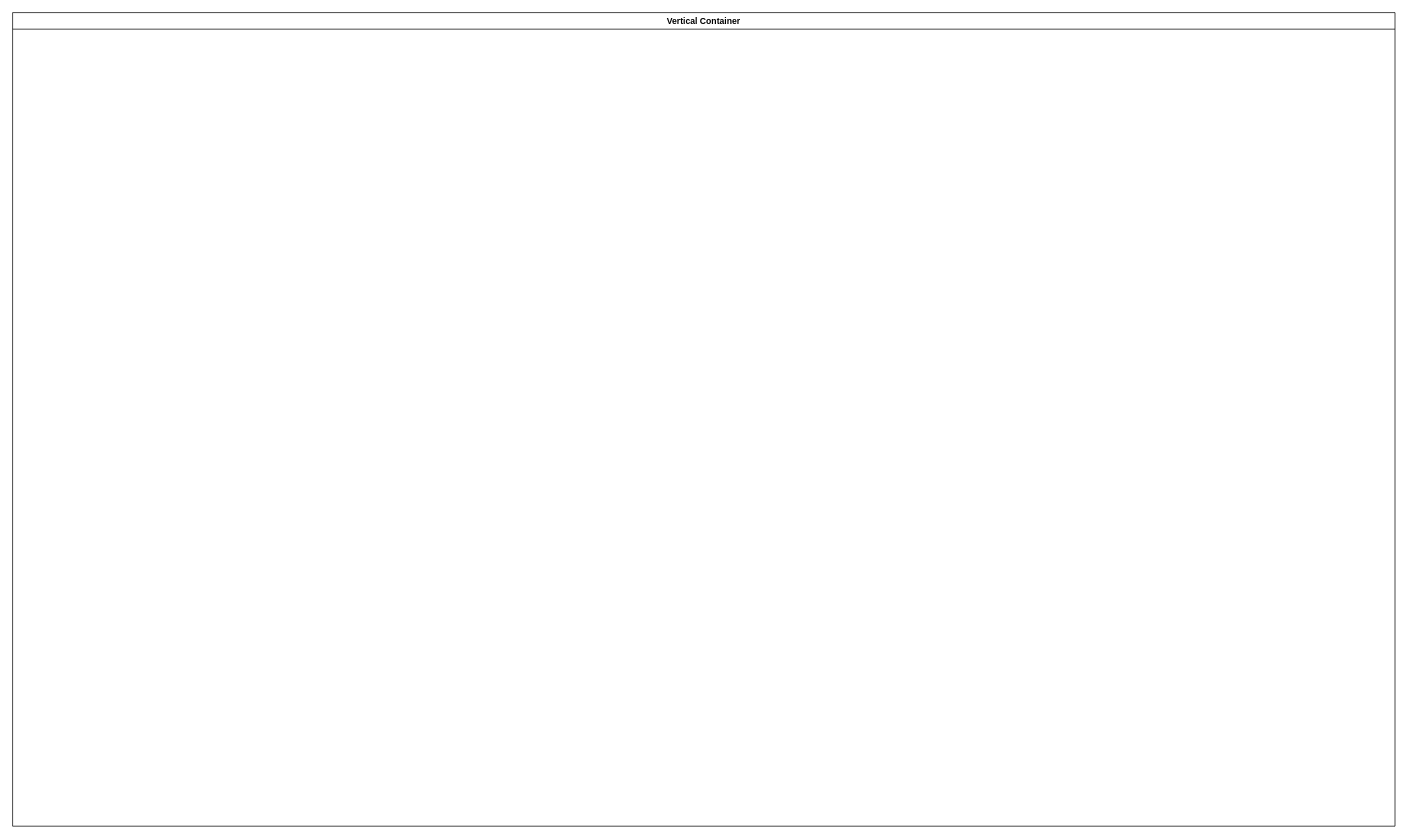
MAPAVIAJERO/MAPA-VIAJERO keeps this draw.io diagram as MAPAVIAJERO.drawio. Above is the earlier version. Source tidied: cells renumbered, new cells numbered last; positions are measured from the earlier drawing's top-left corner, leaving out a move shared by most shapes. Both pictures are drawn from the tidied source at 72%, with x=0, y=0 at pixel (12, 12).
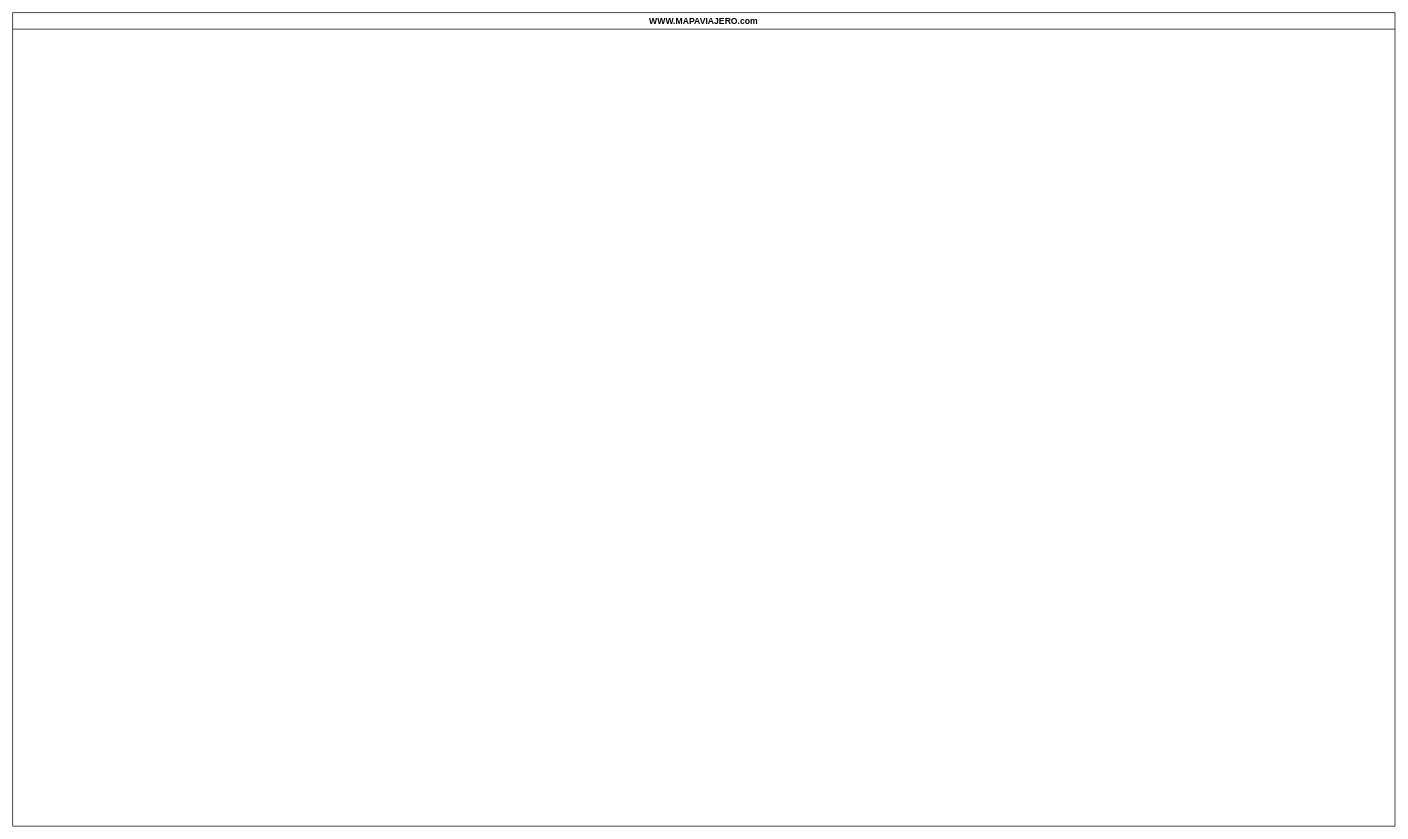
The same page after the edit.

What changed in the source:
```diff
@@
 <mxGraphModel>
   <root>
     <mxCell id="0" />
     <mxCell id="1" parent="0" />
-    <mxCell id="2" value="Vertical Container" style="swimlane;whiteSpace=wrap;html=1;" parent="1" vertex="1">
+    <mxCell id="2" value="WWW.MAPAVIAJERO.com" style="swimlane;whiteSpace=wrap;html=1;" parent="1" vertex="1">
       <mxGeometry width="1920" height="1130" as="geometry" />
     </mxCell>
   </root>
 </mxGraphModel>
```
